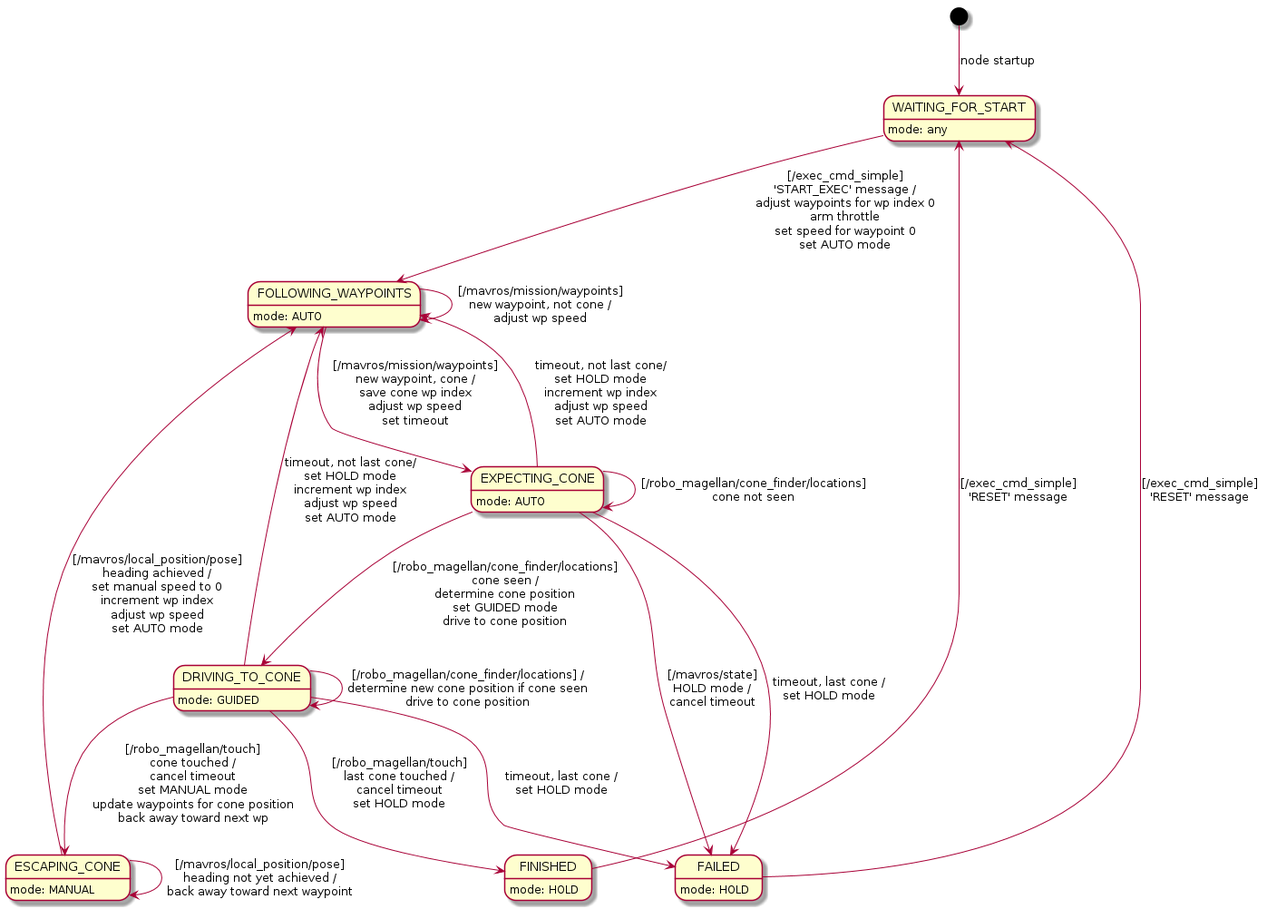
ProgrammingRobotsStudyGroup/robo_magellan keeps this PlantUML diagram as doc/state-diagram.png. Above is the earlier version.
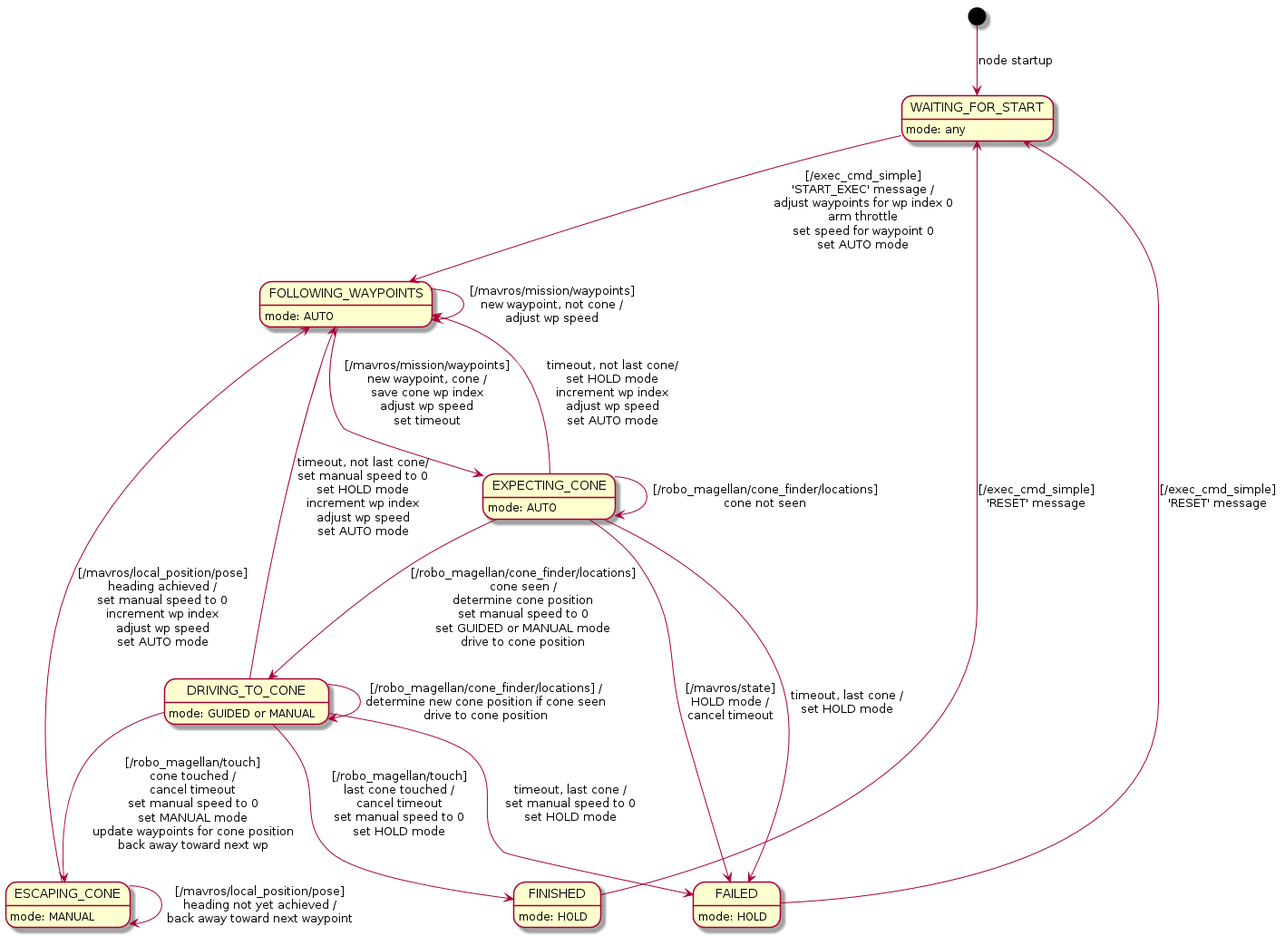
After the change.

Commit message:
Finish option to use manual mode when driving to cone

Modified state diagram to show that MANUAL mode may be used for
driving to cone, and showed transitions where manual speed should
be set to zero. Modified navigator node to move to manual mode,
if configured, when driving to cone, and to set manual speed
to zero when required by state transitions.

Diff of the diagram source:
```diff
@@ -15,17 +15,17 @@
 expectingCone: mode: AUTO
 expectingCone --> expectingCone : [/robo_magellan/cone_finder/locations]\ncone not seen
 expectingCone --> followingWaypoints : timeout, not last cone/\nset HOLD mode\nincrement wp index\nadjust wp speed\nset AUTO mode
-expectingCone --> drivingToCone : [/robo_magellan/cone_finder/locations]\ncone seen /\ndetermine cone position\nset GUIDED mode\ndrive to cone position
+expectingCone --> drivingToCone : [/robo_magellan/cone_finder/locations]\ncone seen /\ndetermine cone position\nset manual speed to 0\nset GUIDED or MANUAL mode\ndrive to cone position
 expectingCone --> failed : [/mavros/state]\nHOLD mode /\ncancel timeout
 expectingCone --> failed : timeout, last cone /\nset HOLD mode
 
 state "DRIVING_TO_CONE" as drivingToCone
-drivingToCone: mode: GUIDED
+drivingToCone: mode: GUIDED or MANUAL
 drivingToCone --> drivingToCone : [/robo_magellan/cone_finder/locations] /\ndetermine new cone position if cone seen\ndrive to cone position
-drivingToCone --> followingWaypoints : timeout, not last cone/\nset HOLD mode\nincrement wp index\nadjust wp speed\nset AUTO mode
-drivingToCone --> escapingCone : [/robo_magellan/touch]\ncone touched /\ncancel timeout\nset MANUAL mode\nupdate waypoints for cone position\nback away toward next wp
-drivingToCone --> failed : timeout, last cone /\nset HOLD mode
-drivingToCone --> finished : [/robo_magellan/touch]\nlast cone touched /\ncancel timeout\nset HOLD mode
+drivingToCone --> followingWaypoints : timeout, not last cone/\nset manual speed to 0\nset HOLD mode\nincrement wp index\nadjust wp speed\nset AUTO mode
+drivingToCone --> escapingCone : [/robo_magellan/touch]\ncone touched /\ncancel timeout\nset manual speed to 0\nset MANUAL mode\nupdate waypoints for cone position\nback away toward next wp
+drivingToCone --> failed : timeout, last cone /\nset manual speed to 0\nset HOLD mode
+drivingToCone --> finished : [/robo_magellan/touch]\nlast cone touched /\ncancel timeout\nset manual speed to 0\nset HOLD mode
 
 state "ESCAPING_CONE" as escapingCone
 escapingCone: mode: MANUAL
```
